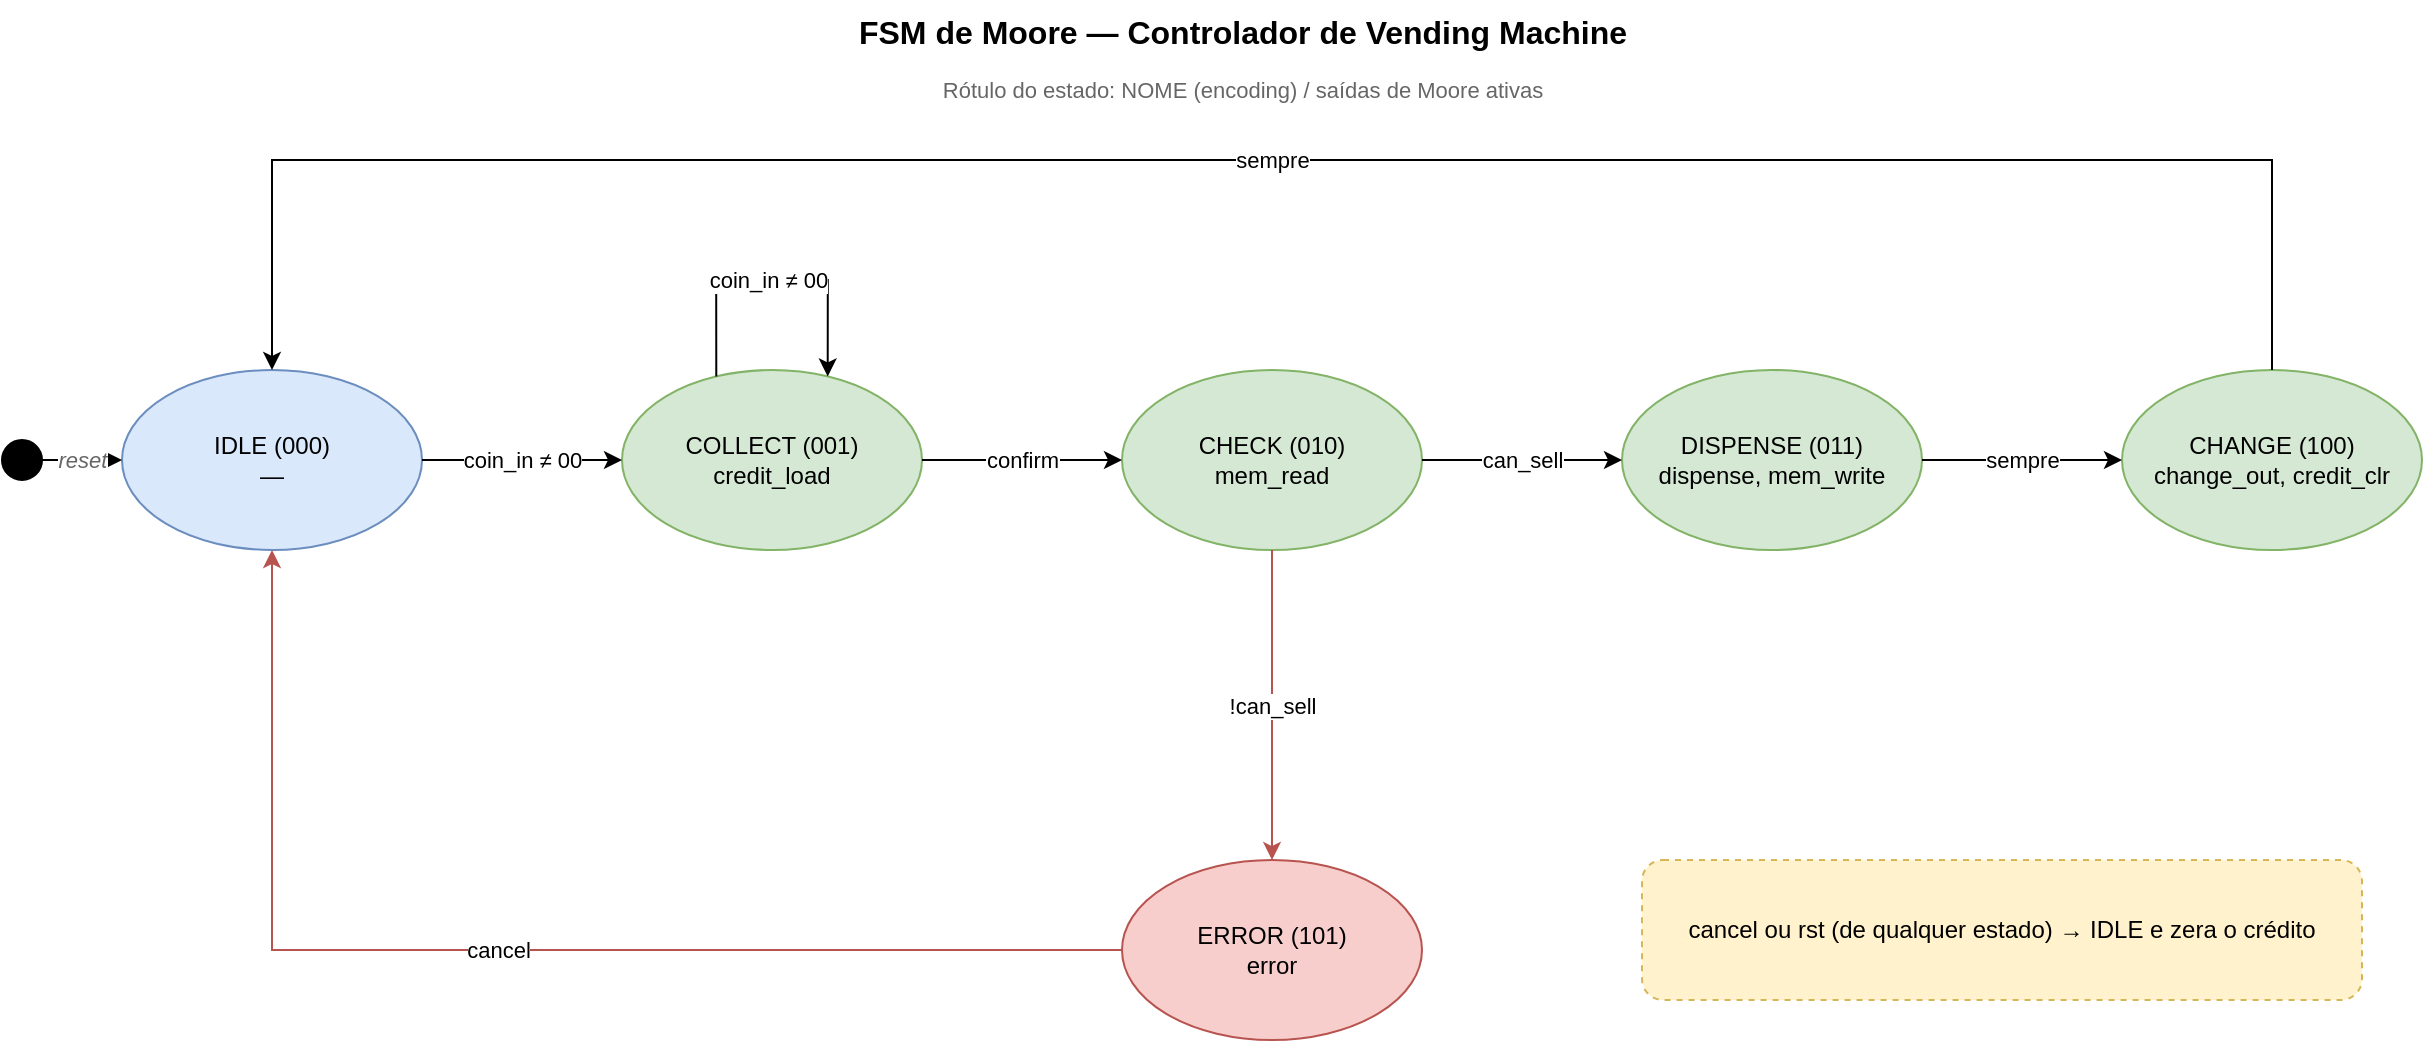
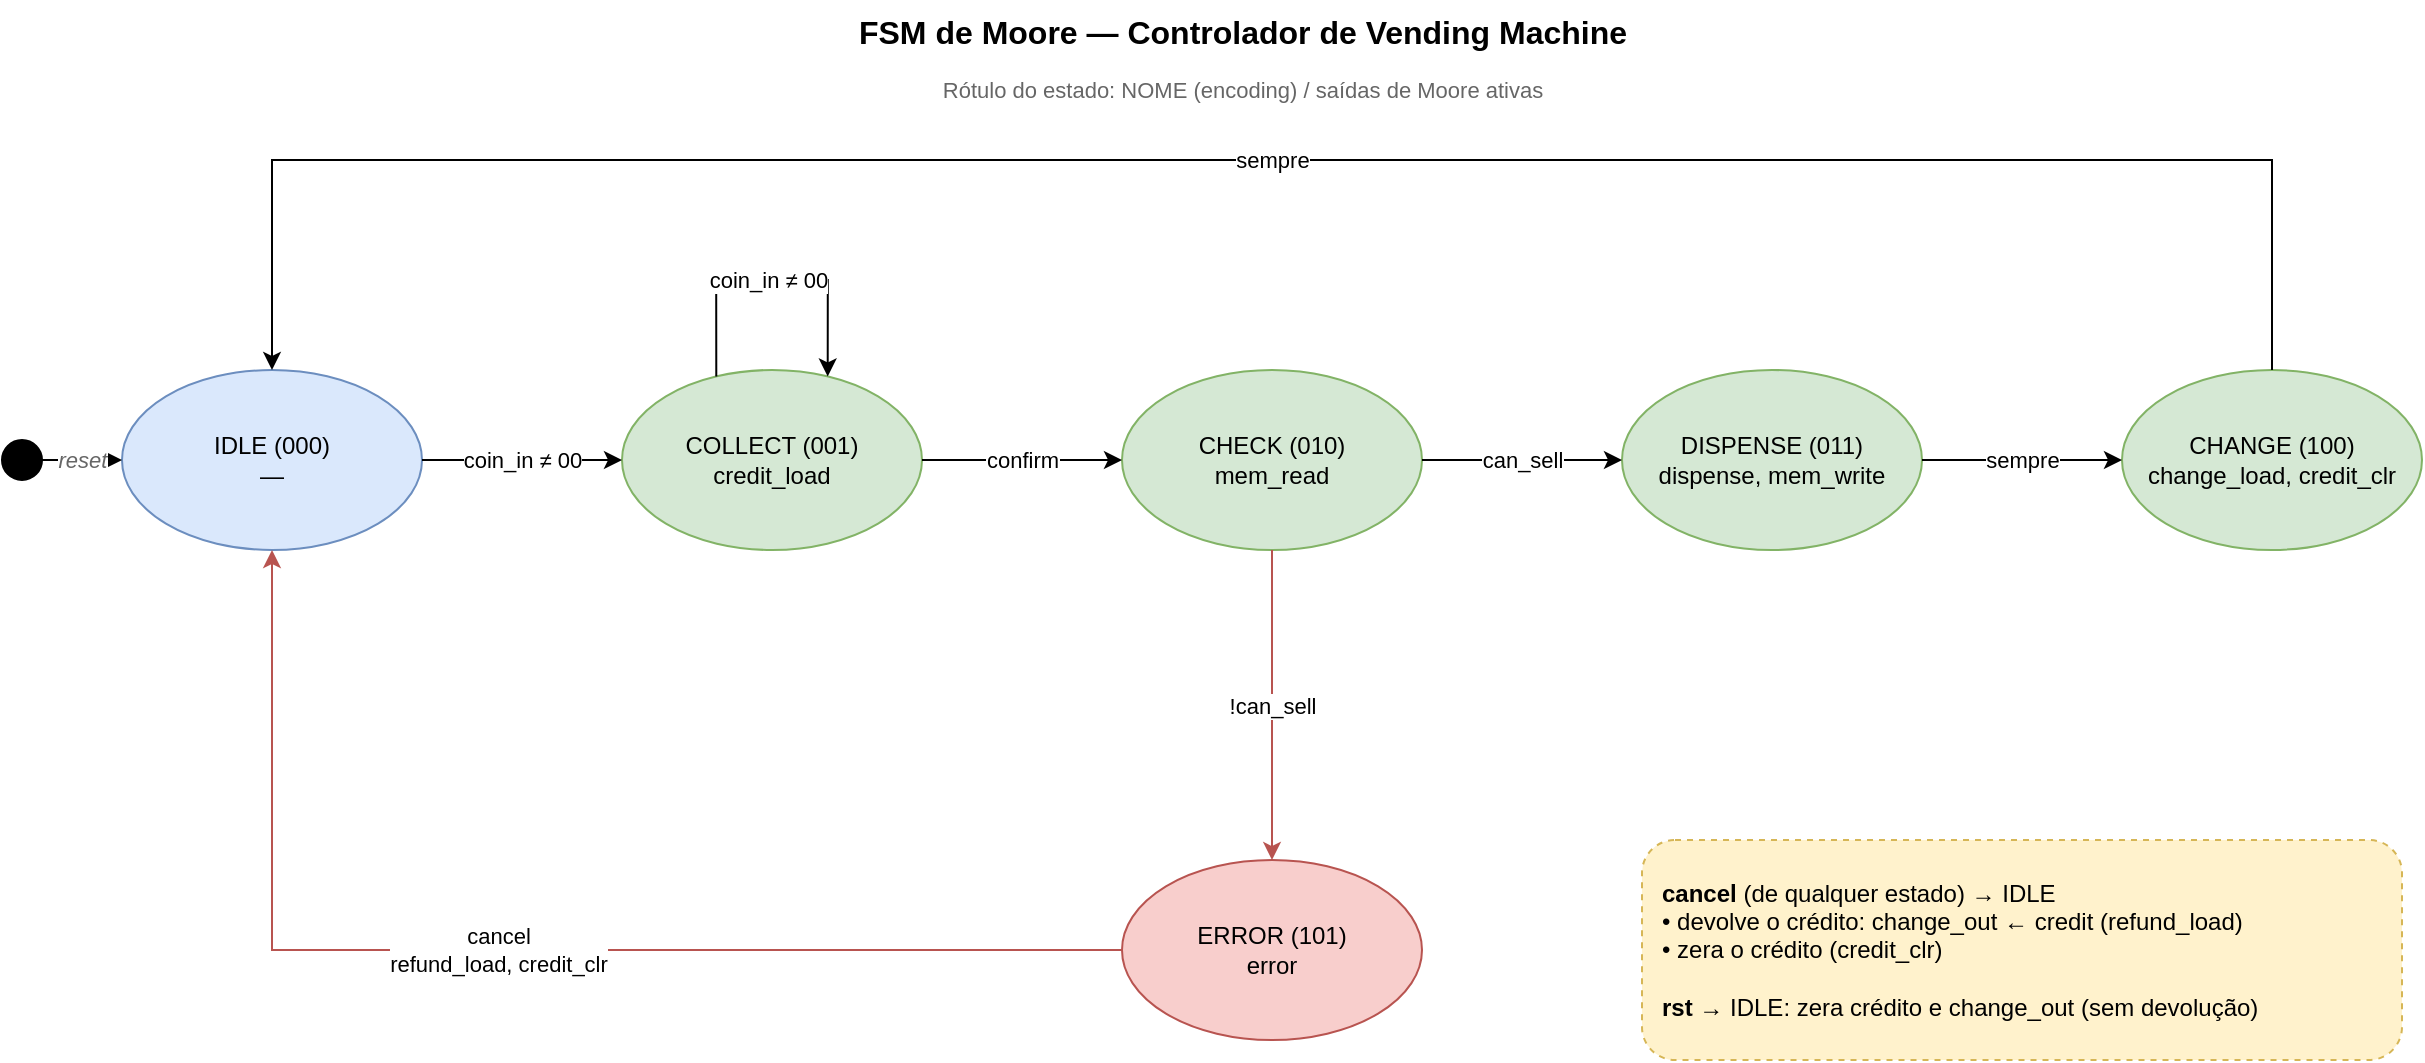
<mxfile host="app.diagrams.net">
  <diagram name="Diagrama de estados" id="estados-vending">
    <mxGraphModel dx="1653" dy="765" grid="1" gridSize="10" guides="1" tooltips="1" connect="1" arrows="1" fold="1" page="1" pageScale="1" pageWidth="1400" pageHeight="720" math="0" shadow="0">
      <root>
        <mxCell id="0" />
        <mxCell id="1" parent="0" />
        <mxCell id="title" parent="1" style="text;html=1;align=center;fontStyle=1;fontSize=16;" value="FSM de Moore — Controlador de Vending Machine" vertex="1">
          <mxGeometry height="30" width="440" x="430" y="10" as="geometry" />
        </mxCell>
        <mxCell id="subtitle" parent="1" style="text;html=1;align=center;fontSize=11;fontColor=#666666;" value="Rótulo do estado: NOME (encoding) / saídas de Moore ativas" vertex="1">
          <mxGeometry height="20" width="440" x="430" y="42" as="geometry" />
        </mxCell>
        <mxCell id="init" parent="1" style="ellipse;whiteSpace=wrap;html=1;fillColor=#000000;strokeColor=#000000;" value="" vertex="1">
          <mxGeometry height="20" width="20" x="30" y="230" as="geometry" />
        </mxCell>
        <mxCell id="s_idle" parent="1" style="ellipse;whiteSpace=wrap;html=1;fillColor=#dae8fc;strokeColor=#6c8ebf;" value="IDLE (000)&#xa;—" vertex="1">
          <mxGeometry height="90" width="150" x="90" y="195" as="geometry" />
        </mxCell>
        <mxCell id="s_collect" parent="1" style="ellipse;whiteSpace=wrap;html=1;fillColor=#d5e8d4;strokeColor=#82b366;" value="COLLECT (001)&#xa;credit_load" vertex="1">
          <mxGeometry height="90" width="150" x="340" y="195" as="geometry" />
        </mxCell>
        <mxCell id="s_check" parent="1" style="ellipse;whiteSpace=wrap;html=1;fillColor=#d5e8d4;strokeColor=#82b366;" value="CHECK (010)&#xa;mem_read" vertex="1">
          <mxGeometry height="90" width="150" x="590" y="195" as="geometry" />
        </mxCell>
        <mxCell id="s_dispense" parent="1" style="ellipse;whiteSpace=wrap;html=1;fillColor=#d5e8d4;strokeColor=#82b366;" value="DISPENSE (011)&#xa;dispense, mem_write" vertex="1">
          <mxGeometry height="90" width="150" x="840" y="195" as="geometry" />
        </mxCell>
-         <mxCell id="s_change" parent="1" style="ellipse;whiteSpace=wrap;html=1;fillColor=#d5e8d4;strokeColor=#82b366;" value="CHANGE (100)&#xa;change_out, credit_clr" vertex="1">
+         <mxCell id="s_change" parent="1" style="ellipse;whiteSpace=wrap;html=1;fillColor=#d5e8d4;strokeColor=#82b366;" value="CHANGE (100)&#xa;change_load, credit_clr" vertex="1">
          <mxGeometry height="90" width="150" x="1090" y="195" as="geometry" />
        </mxCell>
        <mxCell id="s_error" parent="1" style="ellipse;whiteSpace=wrap;html=1;fillColor=#f8cecc;strokeColor=#b85450;" value="ERROR (101)&#xa;error" vertex="1">
          <mxGeometry height="90" width="150" x="590" y="440" as="geometry" />
        </mxCell>
-         <mxCell id="note" parent="1" style="rounded=1;whiteSpace=wrap;html=1;fillColor=#fff2cc;strokeColor=#d6b656;dashed=1;" value="cancel ou rst (de qualquer estado) → IDLE e zera o crédito" vertex="1">
-           <mxGeometry height="70" width="360" x="850" y="440" as="geometry" />
+         <mxCell id="note" parent="1" style="rounded=1;whiteSpace=wrap;html=1;fillColor=#fff2cc;strokeColor=#d6b656;dashed=1;align=left;spacingLeft=8;" value="&lt;b&gt;cancel&lt;/b&gt; (de qualquer estado) → IDLE&#xa;• devolve o crédito: change_out ← credit (refund_load)&#xa;• zera o crédito (credit_clr)&#xa;&#xa;&lt;b&gt;rst&lt;/b&gt; → IDLE: zera crédito e change_out (sem devolução)" vertex="1">
+           <mxGeometry height="110" width="380" x="850" y="430" as="geometry" />
        </mxCell>
        <mxCell id="e_reset" edge="1" parent="1" source="init" style="edgeStyle=orthogonalEdgeStyle;rounded=0;html=1;jumpStyle=arc;jumpSize=8;fontStyle=2;fontColor=#666666;exitX=1;exitY=0.5;entryX=0;entryY=0.5;" target="s_idle" value="reset">
          <mxGeometry relative="1" as="geometry" />
        </mxCell>
        <mxCell id="e1" edge="1" parent="1" source="s_idle" style="edgeStyle=orthogonalEdgeStyle;rounded=0;html=1;jumpStyle=arc;jumpSize=8;exitX=1;exitY=0.5;entryX=0;entryY=0.5;" target="s_collect" value="coin_in ≠ 00">
          <mxGeometry relative="1" as="geometry" />
        </mxCell>
        <mxCell id="e_self" edge="1" parent="1" source="s_collect" style="edgeStyle=orthogonalEdgeStyle;rounded=0;html=1;jumpStyle=arc;jumpSize=8;exitX=0.3;exitY=0;entryX=0.7;entryY=0;" target="s_collect" value="coin_in ≠ 00">
          <mxGeometry relative="1" as="geometry">
            <Array as="points">
              <mxPoint x="385" y="150" />
              <mxPoint x="445" y="150" />
            </Array>
          </mxGeometry>
        </mxCell>
        <mxCell id="e3" edge="1" parent="1" source="s_collect" style="edgeStyle=orthogonalEdgeStyle;rounded=0;html=1;jumpStyle=arc;jumpSize=8;exitX=1;exitY=0.5;entryX=0;entryY=0.5;" target="s_check" value="confirm">
          <mxGeometry relative="1" as="geometry" />
        </mxCell>
        <mxCell id="e4" edge="1" parent="1" source="s_check" style="edgeStyle=orthogonalEdgeStyle;rounded=0;html=1;jumpStyle=arc;jumpSize=8;exitX=1;exitY=0.5;entryX=0;entryY=0.5;" target="s_dispense" value="can_sell">
          <mxGeometry relative="1" as="geometry" />
        </mxCell>
        <mxCell id="e6" edge="1" parent="1" source="s_dispense" style="edgeStyle=orthogonalEdgeStyle;rounded=0;html=1;jumpStyle=arc;jumpSize=8;exitX=1;exitY=0.5;entryX=0;entryY=0.5;" target="s_change" value="sempre">
          <mxGeometry relative="1" as="geometry" />
        </mxCell>
        <mxCell id="e5" edge="1" parent="1" source="s_check" style="edgeStyle=orthogonalEdgeStyle;rounded=0;html=1;jumpStyle=arc;jumpSize=8;strokeColor=#b85450;exitX=0.5;exitY=1;entryX=0.5;entryY=0;" target="s_error" value="!can_sell">
          <mxGeometry relative="1" as="geometry" />
        </mxCell>
        <mxCell id="e7" edge="1" parent="1" source="s_change" style="edgeStyle=orthogonalEdgeStyle;rounded=0;html=1;jumpStyle=arc;jumpSize=8;exitX=0.5;exitY=0;entryX=0.5;entryY=0;" target="s_idle" value="sempre">
          <mxGeometry relative="1" as="geometry">
            <Array as="points">
              <mxPoint x="1165" y="90" />
              <mxPoint x="165" y="90" />
            </Array>
          </mxGeometry>
        </mxCell>
-         <mxCell id="e8" edge="1" parent="1" source="s_error" style="edgeStyle=orthogonalEdgeStyle;rounded=0;html=1;jumpStyle=arc;jumpSize=8;strokeColor=#b85450;exitX=0;exitY=0.5;entryX=0.5;entryY=1;" target="s_idle" value="cancel">
+         <mxCell id="e8" edge="1" parent="1" source="s_error" style="edgeStyle=orthogonalEdgeStyle;rounded=0;html=1;jumpStyle=arc;jumpSize=8;strokeColor=#b85450;exitX=0;exitY=0.5;entryX=0.5;entryY=1;" target="s_idle" value="cancel&#xa;refund_load, credit_clr">
          <mxGeometry relative="1" as="geometry">
            <Array as="points">
              <mxPoint x="165" y="485" />
            </Array>
          </mxGeometry>
        </mxCell>
      </root>
    </mxGraphModel>
  </diagram>
</mxfile>
